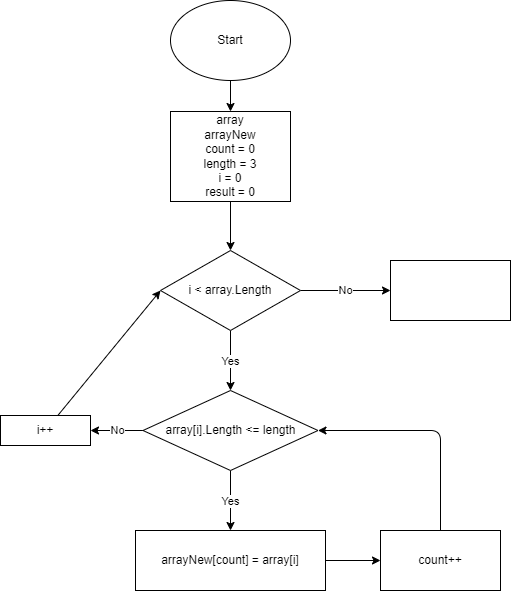
Before: Homework/finalTest/.drawio.png, a diagram exported from draw.io (Ane4kaErm/Homework). Source tidied: cells renumbered, new cells last; positions are measured from the earlier drawing's top-left corner, leaving out a move shared by most shapes.
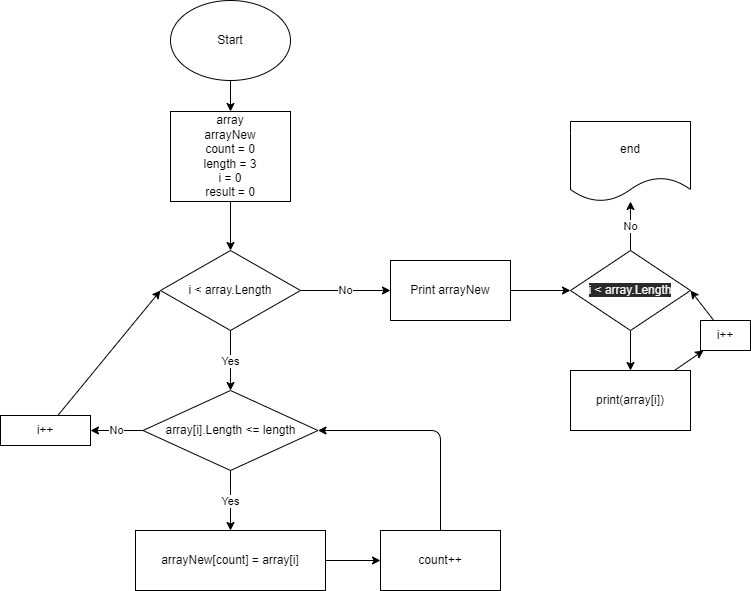
The same diagram one commit later.

The edit, as a diff of the source:
```diff
@@ -56,8 +56,35 @@
     <mxCell id="17" value="count++" style="whiteSpace=wrap;html=1;" parent="1" vertex="1">
       <mxGeometry x="380" y="530" width="120" height="60" as="geometry" />
     </mxCell>
+    <mxCell id="19" style="edgeStyle=none;html=1;" parent="1" edge="1" source="18" target="22">
+      <mxGeometry relative="1" as="geometry" />
+    </mxCell>
-    <mxCell id="18" style="whiteSpace=wrap;html=1;" parent="1" vertex="1">
+    <mxCell id="18" value="Print arrayNew" style="whiteSpace=wrap;html=1;" parent="1" vertex="1">
       <mxGeometry x="390" y="260" width="120" height="60" as="geometry" />
     </mxCell>
+    <mxCell id="20" style="edgeStyle=none;html=1;" parent="1" edge="1" source="22" target="24">
+      <mxGeometry relative="1" as="geometry" />
+    </mxCell>
+    <mxCell id="21" value="No" style="edgeStyle=none;html=1;" parent="1" edge="1" source="22" target="27">
+      <mxGeometry relative="1" as="geometry" />
+    </mxCell>
+    <mxCell id="22" value="&#10;&#10;&lt;span style=&quot;color: rgb(240, 240, 240); font-family: helvetica; font-size: 12px; font-style: normal; font-weight: 400; letter-spacing: normal; text-align: center; text-indent: 0px; text-transform: none; word-spacing: 0px; background-color: rgb(42, 42, 42); display: inline; float: none;&quot;&gt;i &amp;lt; array.Length&lt;/span&gt;&#10;&#10;" style="rhombus;whiteSpace=wrap;html=1;" parent="1" vertex="1">
+      <mxGeometry x="570" y="250" width="120" height="80" as="geometry" />
+    </mxCell>
+    <mxCell id="23" style="edgeStyle=none;html=1;" parent="1" edge="1" source="24" target="26">
+      <mxGeometry relative="1" as="geometry" />
+    </mxCell>
+    <mxCell id="24" value="print(array[i])" style="whiteSpace=wrap;html=1;" parent="1" vertex="1">
+      <mxGeometry x="570" y="370" width="120" height="60" as="geometry" />
+    </mxCell>
+    <mxCell id="25" style="edgeStyle=none;html=1;entryX=1;entryY=0.5;entryDx=0;entryDy=0;" parent="1" edge="1" source="26" target="22">
+      <mxGeometry relative="1" as="geometry" />
+    </mxCell>
+    <mxCell id="26" value="i++" style="whiteSpace=wrap;html=1;" parent="1" vertex="1">
+      <mxGeometry x="700" y="320" width="50" height="30" as="geometry" />
+    </mxCell>
+    <mxCell id="27" value="end" style="shape=document;whiteSpace=wrap;html=1;boundedLbl=1;" parent="1" vertex="1">
+      <mxGeometry x="570" y="121" width="120" height="80" as="geometry" />
+    </mxCell>
   </root>
 </mxGraphModel>
```
